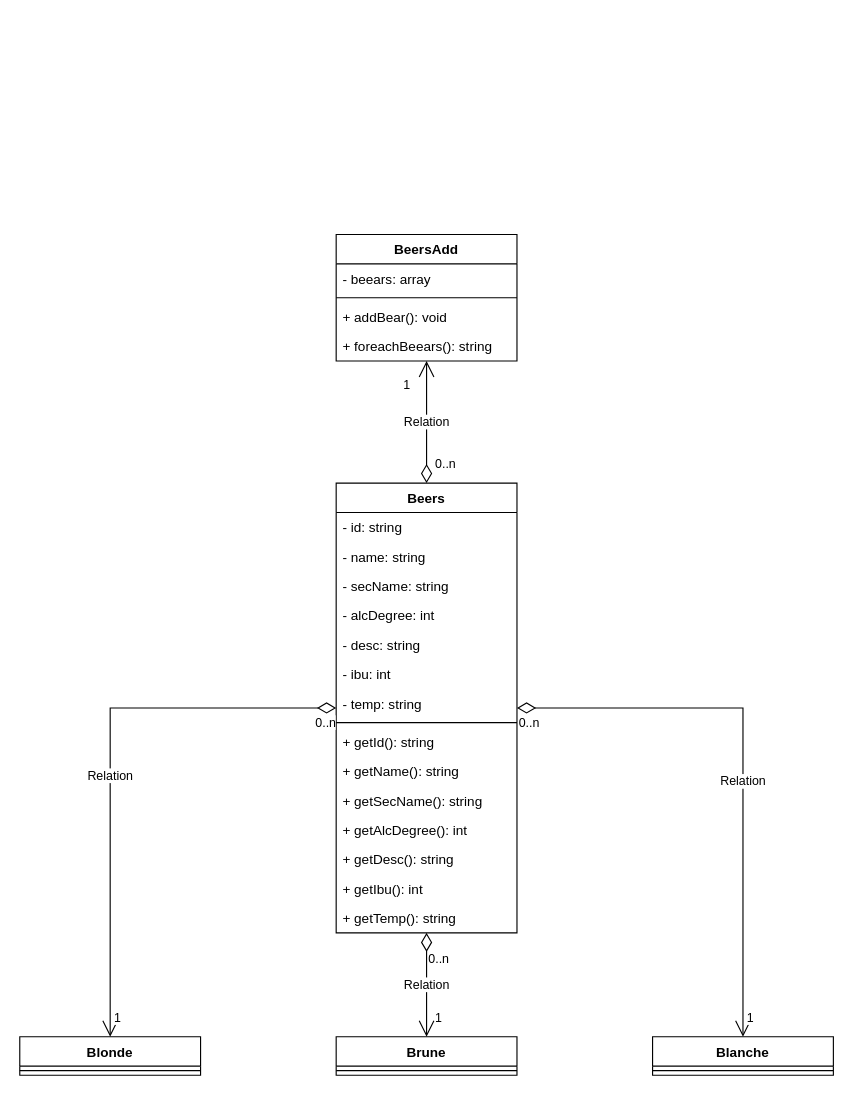
Before: Beear Beers.drawio in cdbschr/Beear, a draw.io diagram. Source tidied: cells renumbered, new cells numbered last; positions are measured from the earlier drawing's top-left corner, leaving out a move shared by most shapes. Both pictures are drawn from the tidied source at 113%, with x=0, y=0 at pixel (19, 234).
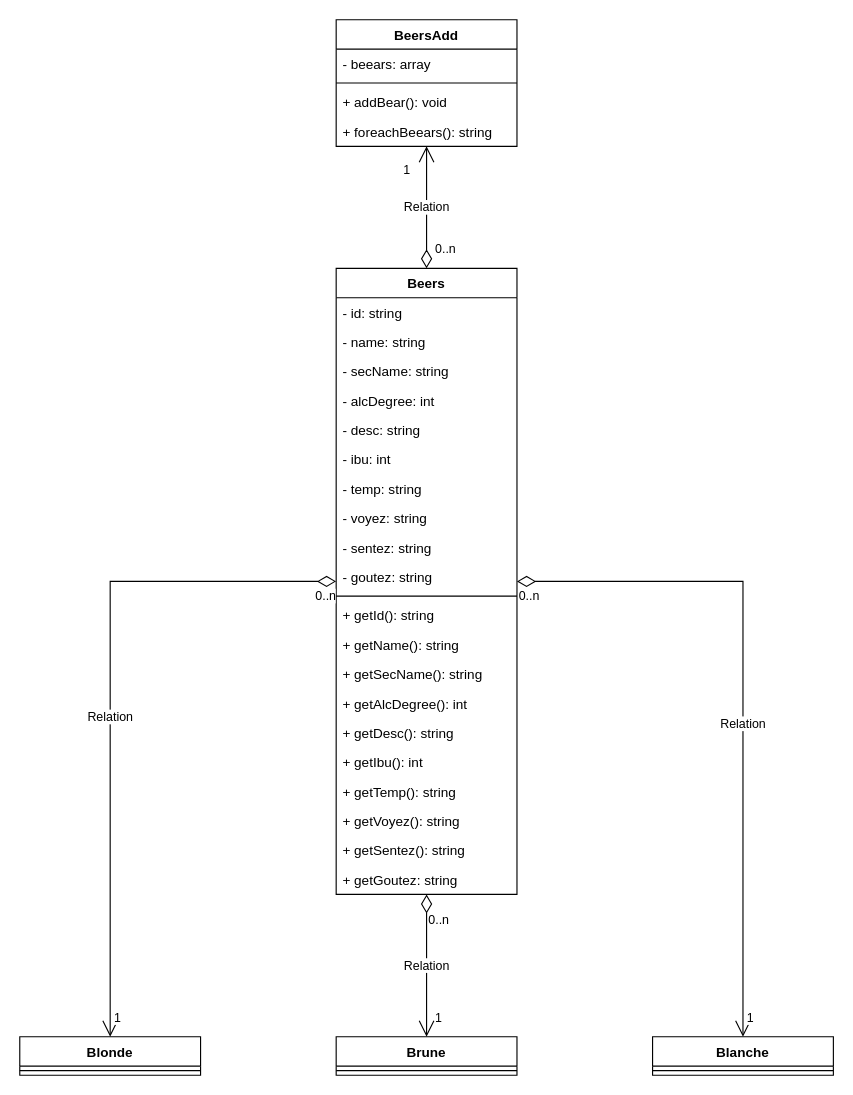
After the change.

Commit message:
v8-maj uml

The edit, as a diff of the source:
```diff
@@
     <mxCell id="2" value="Beers" style="swimlane;fontStyle=1;align=center;verticalAlign=top;horizontal=1;startSize=26;" parent="1" vertex="1">
-      <mxGeometry x="280" y="220" width="160" height="398" as="geometry" />
+      <mxGeometry x="280" y="30" width="160" height="554" as="geometry" />
     </mxCell>
@@
+    <mxCell id="41" value="- voyez: string" style="text;strokeColor=none;fillColor=none;align=left;verticalAlign=top;spacingLeft=4;spacingRight=4;overflow=hidden;" parent="2" vertex="1">
+      <mxGeometry y="208" width="160" height="26" as="geometry" />
+    </mxCell>
+    <mxCell id="42" value="- sentez: string" style="text;strokeColor=none;fillColor=none;align=left;verticalAlign=top;spacingLeft=4;spacingRight=4;overflow=hidden;" parent="2" vertex="1">
+      <mxGeometry y="234" width="160" height="26" as="geometry" />
+    </mxCell>
+    <mxCell id="43" value="- goutez: string" style="text;strokeColor=none;fillColor=none;align=left;verticalAlign=top;spacingLeft=4;spacingRight=4;overflow=hidden;" parent="2" vertex="1">
+      <mxGeometry y="260" width="160" height="26" as="geometry" />
+    </mxCell>
     <mxCell id="10" style="line;strokeWidth=1;fillColor=none;align=left;verticalAlign=middle;spacingTop=-1;spacingLeft=3;spacingRight=3;labelPosition=right;" parent="2" vertex="1">
-      <mxGeometry y="208" width="160" height="8" as="geometry" />
+      <mxGeometry y="286" width="160" height="8" as="geometry" />
     </mxCell>
     <mxCell id="11" value="+ getId(): string" style="text;strokeColor=none;fillColor=none;align=left;verticalAlign=top;spacingLeft=4;spacingRight=4;overflow=hidden;" parent="2" vertex="1">
-      <mxGeometry y="216" width="160" height="26" as="geometry" />
+      <mxGeometry y="294" width="160" height="26" as="geometry" />
     </mxCell>
     <mxCell id="12" value="+ getName(): string" style="text;strokeColor=none;fillColor=none;align=left;verticalAlign=top;spacingLeft=4;spacingRight=4;overflow=hidden;" parent="2" vertex="1">
-      <mxGeometry y="242" width="160" height="26" as="geometry" />
+      <mxGeometry y="320" width="160" height="26" as="geometry" />
     </mxCell>
     <mxCell id="13" value="+ getSecName(): string" style="text;strokeColor=none;fillColor=none;align=left;verticalAlign=top;spacingLeft=4;spacingRight=4;overflow=hidden;" parent="2" vertex="1">
-      <mxGeometry y="268" width="160" height="26" as="geometry" />
+      <mxGeometry y="346" width="160" height="26" as="geometry" />
     </mxCell>
     <mxCell id="14" value="+ getAlcDegree(): int" style="text;strokeColor=none;fillColor=none;align=left;verticalAlign=top;spacingLeft=4;spacingRight=4;overflow=hidden;" parent="2" vertex="1">
-      <mxGeometry y="294" width="160" height="26" as="geometry" />
+      <mxGeometry y="372" width="160" height="26" as="geometry" />
     </mxCell>
     <mxCell id="15" value="+ getDesc(): string" style="text;strokeColor=none;fillColor=none;align=left;verticalAlign=top;spacingLeft=4;spacingRight=4;overflow=hidden;" parent="2" vertex="1">
-      <mxGeometry y="320" width="160" height="26" as="geometry" />
+      <mxGeometry y="398" width="160" height="26" as="geometry" />
     </mxCell>
     <mxCell id="16" value="+ getIbu(): int" style="text;strokeColor=none;fillColor=none;align=left;verticalAlign=top;spacingLeft=4;spacingRight=4;overflow=hidden;" parent="2" vertex="1">
-      <mxGeometry y="346" width="160" height="26" as="geometry" />
+      <mxGeometry y="424" width="160" height="26" as="geometry" />
     </mxCell>
     <mxCell id="17" value="+ getTemp(): string" style="text;strokeColor=none;fillColor=none;align=left;verticalAlign=top;spacingLeft=4;spacingRight=4;overflow=hidden;" parent="2" vertex="1">
-      <mxGeometry y="372" width="160" height="26" as="geometry" />
+      <mxGeometry y="450" width="160" height="26" as="geometry" />
     </mxCell>
+    <mxCell id="44" value="+ getVoyez(): string" style="text;strokeColor=none;fillColor=none;align=left;verticalAlign=top;spacingLeft=4;spacingRight=4;overflow=hidden;" parent="2" vertex="1">
+      <mxGeometry y="476" width="160" height="26" as="geometry" />
+    </mxCell>
+    <mxCell id="45" value="+ getSentez(): string" style="text;strokeColor=none;fillColor=none;align=left;verticalAlign=top;spacingLeft=4;spacingRight=4;overflow=hidden;" parent="2" vertex="1">
+      <mxGeometry y="502" width="160" height="26" as="geometry" />
+    </mxCell>
+    <mxCell id="46" value="+ getGoutez: string" style="text;strokeColor=none;fillColor=none;align=left;verticalAlign=top;spacingLeft=4;spacingRight=4;overflow=hidden;" parent="2" vertex="1">
+      <mxGeometry y="528" width="160" height="26" as="geometry" />
+    </mxCell>
@@
     <mxCell id="33" value="BeersAdd" style="swimlane;fontStyle=1;align=center;verticalAlign=top;horizontal=1;startSize=26;" parent="1" vertex="1">
-      <mxGeometry x="280" width="160" height="112" as="geometry" />
+      <mxGeometry x="280" y="-190" width="160" height="112" as="geometry" />
     </mxCell>
```
